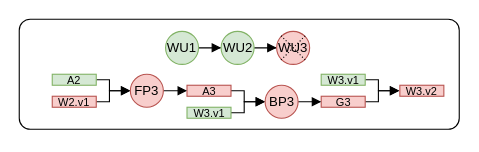
This is fig/recovery2.drawio from icszhr/NCheck, a draw.io file, before an edit. Source tidied: cells renumbered, new cells numbered last; positions are measured from the earlier drawing's top-left corner, leaving out a move shared by most shapes. Both pictures are drawn from the tidied source at 110%, with x=0, y=0 at pixel (19, 19).
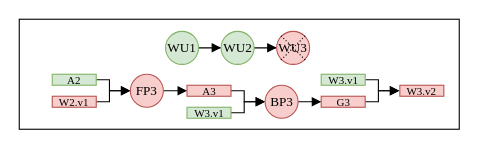
The same page after the edit.

Diff of the diagram source:
```diff
@@
-    <mxCell id="2" style="rounded=1;whiteSpace=wrap;html=1;fillColor=none;arcSize=10;strokeWidth=1;" parent="1" vertex="1">
+    <mxCell id="2" style="rounded=0;whiteSpace=wrap;html=1;fillColor=none;arcSize=10;strokeWidth=1;fontFamily=Times New Roman;" parent="1" vertex="1">
       <mxGeometry width="400" height="100" as="geometry" />
     </mxCell>
-    <mxCell id="3" style="edgeStyle=orthogonalEdgeStyle;rounded=0;jettySize=auto;html=1;entryX=0;entryY=0.5;entryDx=0;entryDy=0;endArrow=block;endFill=1;" parent="1" edge="1" source="4" target="6">
+    <mxCell id="3" style="edgeStyle=orthogonalEdgeStyle;rounded=0;jettySize=auto;html=1;entryX=0;entryY=0.5;entryDx=0;entryDy=0;endArrow=block;endFill=1;fontFamily=Times New Roman;" parent="1" edge="1" source="4" target="6">
       <mxGeometry relative="1" as="geometry" />
     </mxCell>
-    <mxCell id="4" value="WU1" style="ellipse;whiteSpace=wrap;html=1;fillColor=#d5e8d4;strokeColor=#82b366;" parent="1" vertex="1">
+    <mxCell id="4" value="WU1" style="ellipse;whiteSpace=wrap;html=1;fillColor=#d5e8d4;strokeColor=#82b366;fontFamily=Times New Roman;" parent="1" vertex="1">
       <mxGeometry x="133" y="11" width="30" height="30" as="geometry" />
     </mxCell>
-    <mxCell id="5" style="edgeStyle=orthogonalEdgeStyle;rounded=0;jettySize=auto;html=1;entryX=0;entryY=0.5;entryDx=0;entryDy=0;endArrow=block;endFill=1;" parent="1" edge="1" source="6" target="7">
+    <mxCell id="5" style="edgeStyle=orthogonalEdgeStyle;rounded=0;jettySize=auto;html=1;entryX=0;entryY=0.5;entryDx=0;entryDy=0;endArrow=block;endFill=1;fontFamily=Times New Roman;" parent="1" edge="1" source="6" target="7">
       <mxGeometry relative="1" as="geometry" />
     </mxCell>
-    <mxCell id="6" value="WU2" style="ellipse;whiteSpace=wrap;html=1;fillColor=#d5e8d4;strokeColor=#82b366;" parent="1" vertex="1">
+    <mxCell id="6" value="WU2" style="ellipse;whiteSpace=wrap;html=1;fillColor=#d5e8d4;strokeColor=#82b366;fontFamily=Times New Roman;" parent="1" vertex="1">
       <mxGeometry x="183.5" y="11" width="30" height="30" as="geometry" />
     </mxCell>
-    <mxCell id="7" value="WU3" style="ellipse;whiteSpace=wrap;html=1;fillColor=#f8cecc;strokeColor=#b85450;" parent="1" vertex="1">
+    <mxCell id="7" value="WU3" style="ellipse;whiteSpace=wrap;html=1;fillColor=#f8cecc;strokeColor=#b85450;fontFamily=Times New Roman;" parent="1" vertex="1">
       <mxGeometry x="234" y="11" width="30" height="30" as="geometry" />
     </mxCell>
-    <mxCell id="8" style="rounded=0;orthogonalLoop=1;jettySize=auto;html=1;exitX=0;exitY=0;exitDx=0;exitDy=0;entryX=0.86;entryY=0.868;entryDx=0;entryDy=0;strokeWidth=1;dashed=1;endArrow=none;endFill=0;dashPattern=1 2;entryPerimeter=0;" parent="1" edge="1">
+    <mxCell id="8" style="rounded=0;orthogonalLoop=1;jettySize=auto;html=1;exitX=0;exitY=0;exitDx=0;exitDy=0;entryX=0.86;entryY=0.868;entryDx=0;entryDy=0;strokeWidth=1;dashed=1;endArrow=none;endFill=0;dashPattern=1 2;entryPerimeter=0;fontFamily=Times New Roman;" parent="1" edge="1">
       <mxGeometry relative="1" as="geometry">
         <mxPoint x="238" y="15" as="sourcePoint" />
         <mxPoint x="260" y="37" as="targetPoint" />
       </mxGeometry>
     </mxCell>
-    <mxCell id="9" style="rounded=0;orthogonalLoop=1;jettySize=auto;html=1;exitX=0;exitY=1;exitDx=0;exitDy=0;entryX=0.859;entryY=0.132;entryDx=0;entryDy=0;dashed=1;endArrow=none;endFill=0;dashPattern=1 2;entryPerimeter=0;" parent="1" edge="1">
+    <mxCell id="9" style="rounded=0;orthogonalLoop=1;jettySize=auto;html=1;exitX=0;exitY=1;exitDx=0;exitDy=0;entryX=0.859;entryY=0.132;entryDx=0;entryDy=0;dashed=1;endArrow=none;endFill=0;dashPattern=1 2;entryPerimeter=0;fontFamily=Times New Roman;" parent="1" edge="1">
       <mxGeometry relative="1" as="geometry">
         <mxPoint x="238" y="37" as="sourcePoint" />
         <mxPoint x="260" y="15" as="targetPoint" />
       </mxGeometry>
     </mxCell>
-    <mxCell id="10" style="edgeStyle=orthogonalEdgeStyle;rounded=0;jettySize=auto;html=1;entryX=0;entryY=0.5;entryDx=0;entryDy=0;endArrow=block;endFill=1;" parent="1" edge="1" source="11">
+    <mxCell id="10" style="edgeStyle=orthogonalEdgeStyle;rounded=0;jettySize=auto;html=1;entryX=0;entryY=0.5;entryDx=0;entryDy=0;endArrow=block;endFill=1;fontFamily=Times New Roman;" parent="1" edge="1" source="11">
       <mxGeometry relative="1" as="geometry">
         <mxPoint x="345.5" y="65" as="targetPoint" />
         <Array as="points">
           <mxPoint x="326.5" y="55" />
           <mxPoint x="326.5" y="65" />
         </Array>
       </mxGeometry>
     </mxCell>
-    <mxCell id="11" value="&lt;p style=&quot;line-height: 100%;&quot;&gt;&lt;font style=&quot;font-size: 10px;&quot;&gt;W3.v1&lt;/font&gt;&lt;/p&gt;" style="rounded=0;whiteSpace=wrap;html=1;fillColor=#d5e8d4;strokeColor=#82b366;" parent="1" vertex="1">
+    <mxCell id="11" value="&lt;p style=&quot;line-height: 100%;&quot;&gt;&lt;font style=&quot;font-size: 10px;&quot;&gt;W3.v1&lt;/font&gt;&lt;/p&gt;" style="rounded=0;whiteSpace=wrap;html=1;fillColor=#d5e8d4;strokeColor=#82b366;fontFamily=Times New Roman;" parent="1" vertex="1">
       <mxGeometry x="274.5" y="50" width="40" height="10" as="geometry" />
     </mxCell>
-    <mxCell id="12" style="edgeStyle=orthogonalEdgeStyle;rounded=0;jettySize=auto;html=1;entryX=0;entryY=0.5;entryDx=0;entryDy=0;endArrow=block;endFill=1;" parent="1" edge="1" source="13">
+    <mxCell id="12" style="edgeStyle=orthogonalEdgeStyle;rounded=0;jettySize=auto;html=1;entryX=0;entryY=0.5;entryDx=0;entryDy=0;endArrow=block;endFill=1;fontFamily=Times New Roman;" parent="1" edge="1" source="13">
       <mxGeometry relative="1" as="geometry">
         <mxPoint x="345.5" y="65" as="targetPoint" />
         <Array as="points">
           <mxPoint x="326.5" y="75" />
           <mxPoint x="326.5" y="65" />
         </Array>
       </mxGeometry>
     </mxCell>
-    <mxCell id="13" value="&lt;p style=&quot;line-height: 100%;&quot;&gt;&lt;font style=&quot;font-size: 10px;&quot;&gt;G3&lt;/font&gt;&lt;/p&gt;" style="rounded=0;whiteSpace=wrap;html=1;fillColor=#f8cecc;strokeColor=#b85450;" parent="1" vertex="1">
+    <mxCell id="13" value="&lt;p style=&quot;line-height: 100%;&quot;&gt;&lt;font style=&quot;font-size: 10px;&quot;&gt;G3&lt;/font&gt;&lt;/p&gt;" style="rounded=0;whiteSpace=wrap;html=1;fillColor=#f8cecc;strokeColor=#b85450;fontFamily=Times New Roman;" parent="1" vertex="1">
       <mxGeometry x="274.5" y="70" width="40" height="10" as="geometry" />
     </mxCell>
-    <mxCell id="14" style="edgeStyle=orthogonalEdgeStyle;rounded=0;jettySize=auto;html=1;entryX=0;entryY=0.5;entryDx=0;entryDy=0;endArrow=block;endFill=1;" parent="1" edge="1" source="15">
+    <mxCell id="14" style="edgeStyle=orthogonalEdgeStyle;rounded=0;jettySize=auto;html=1;entryX=0;entryY=0.5;entryDx=0;entryDy=0;endArrow=block;endFill=1;fontFamily=Times New Roman;" parent="1" edge="1" source="15">
       <mxGeometry relative="1" as="geometry">
         <mxPoint x="223.5" y="75" as="targetPoint" />
         <Array as="points">
           <mxPoint x="204.5" y="65" />
           <mxPoint x="204.5" y="75" />
         </Array>
       </mxGeometry>
     </mxCell>
-    <mxCell id="15" value="&lt;p style=&quot;line-height: 100%;&quot;&gt;&lt;font style=&quot;font-size: 10px;&quot;&gt;A3&lt;/font&gt;&lt;/p&gt;" style="rounded=0;whiteSpace=wrap;html=1;fillColor=#f8cecc;strokeColor=#b85450;" parent="1" vertex="1">
+    <mxCell id="15" value="&lt;p style=&quot;line-height: 100%;&quot;&gt;&lt;font style=&quot;font-size: 10px;&quot;&gt;A3&lt;/font&gt;&lt;/p&gt;" style="rounded=0;whiteSpace=wrap;html=1;fillColor=#f8cecc;strokeColor=#b85450;fontFamily=Times New Roman;" parent="1" vertex="1">
       <mxGeometry x="152.5" y="60" width="40" height="10" as="geometry" />
     </mxCell>
-    <mxCell id="16" style="edgeStyle=orthogonalEdgeStyle;rounded=0;jettySize=auto;html=1;entryX=0;entryY=0.5;entryDx=0;entryDy=0;endArrow=block;endFill=1;" parent="1" edge="1" source="17">
+    <mxCell id="16" style="edgeStyle=orthogonalEdgeStyle;rounded=0;jettySize=auto;html=1;entryX=0;entryY=0.5;entryDx=0;entryDy=0;endArrow=block;endFill=1;fontFamily=Times New Roman;" parent="1" edge="1" source="17">
       <mxGeometry relative="1" as="geometry">
         <mxPoint x="223.5" y="75" as="targetPoint" />
         <Array as="points">
           <mxPoint x="204.5" y="85" />
           <mxPoint x="204.5" y="75" />
         </Array>
       </mxGeometry>
     </mxCell>
-    <mxCell id="17" value="&lt;p style=&quot;line-height: 100%;&quot;&gt;&lt;font style=&quot;font-size: 10px;&quot;&gt;W3.v1&lt;/font&gt;&lt;/p&gt;" style="rounded=0;whiteSpace=wrap;html=1;fillColor=#d5e8d4;strokeColor=#82b366;" parent="1" vertex="1">
+    <mxCell id="17" value="&lt;p style=&quot;line-height: 100%;&quot;&gt;&lt;font style=&quot;font-size: 10px;&quot;&gt;W3.v1&lt;/font&gt;&lt;/p&gt;" style="rounded=0;whiteSpace=wrap;html=1;fillColor=#d5e8d4;strokeColor=#82b366;fontFamily=Times New Roman;" parent="1" vertex="1">
       <mxGeometry x="152.5" y="80" width="40" height="10" as="geometry" />
     </mxCell>
-    <mxCell id="18" style="edgeStyle=orthogonalEdgeStyle;rounded=0;jettySize=auto;html=1;entryX=0;entryY=0.5;entryDx=0;entryDy=0;endArrow=block;endFill=1;" parent="1" edge="1" source="19" target="13">
+    <mxCell id="18" style="edgeStyle=orthogonalEdgeStyle;rounded=0;jettySize=auto;html=1;entryX=0;entryY=0.5;entryDx=0;entryDy=0;endArrow=block;endFill=1;fontFamily=Times New Roman;" parent="1" edge="1" source="19" target="13">
       <mxGeometry relative="1" as="geometry" />
     </mxCell>
-    <mxCell id="19" value="BP3" style="ellipse;whiteSpace=wrap;html=1;fillColor=#f8cecc;strokeColor=#b85450;" parent="1" vertex="1">
+    <mxCell id="19" value="BP3" style="ellipse;whiteSpace=wrap;html=1;fillColor=#f8cecc;strokeColor=#b85450;fontFamily=Times New Roman;" parent="1" vertex="1">
       <mxGeometry x="223.5" y="60" width="30" height="30" as="geometry" />
     </mxCell>
-    <mxCell id="20" style="edgeStyle=orthogonalEdgeStyle;rounded=0;jettySize=auto;html=1;entryX=0;entryY=0.5;entryDx=0;entryDy=0;endArrow=block;endFill=1;" parent="1" edge="1" source="21">
+    <mxCell id="20" style="edgeStyle=orthogonalEdgeStyle;rounded=0;jettySize=auto;html=1;entryX=0;entryY=0.5;entryDx=0;entryDy=0;endArrow=block;endFill=1;fontFamily=Times New Roman;" parent="1" edge="1" source="21">
       <mxGeometry relative="1" as="geometry">
         <mxPoint x="101" y="65" as="targetPoint" />
         <Array as="points">
           <mxPoint x="82" y="55" />
           <mxPoint x="82" y="65" />
         </Array>
       </mxGeometry>
     </mxCell>
-    <mxCell id="21" value="&lt;p style=&quot;line-height: 100%;&quot;&gt;&lt;font style=&quot;font-size: 10px;&quot;&gt;A2&lt;/font&gt;&lt;/p&gt;" style="rounded=0;whiteSpace=wrap;html=1;fillColor=#d5e8d4;strokeColor=#82b366;" parent="1" vertex="1">
+    <mxCell id="21" value="&lt;p style=&quot;line-height: 100%;&quot;&gt;&lt;font style=&quot;font-size: 10px;&quot;&gt;A2&lt;/font&gt;&lt;/p&gt;" style="rounded=0;whiteSpace=wrap;html=1;fillColor=#d5e8d4;strokeColor=#82b366;fontFamily=Times New Roman;" parent="1" vertex="1">
       <mxGeometry x="30" y="50" width="40" height="10" as="geometry" />
     </mxCell>
-    <mxCell id="22" style="edgeStyle=orthogonalEdgeStyle;rounded=0;jettySize=auto;html=1;entryX=0;entryY=0.5;entryDx=0;entryDy=0;endArrow=block;endFill=1;" parent="1" edge="1" source="23">
+    <mxCell id="22" style="edgeStyle=orthogonalEdgeStyle;rounded=0;jettySize=auto;html=1;entryX=0;entryY=0.5;entryDx=0;entryDy=0;endArrow=block;endFill=1;fontFamily=Times New Roman;" parent="1" edge="1" source="23">
       <mxGeometry relative="1" as="geometry">
         <mxPoint x="101" y="65" as="targetPoint" />
         <Array as="points">
           <mxPoint x="82" y="75" />
           <mxPoint x="82" y="65" />
         </Array>
       </mxGeometry>
     </mxCell>
-    <mxCell id="23" value="&lt;p style=&quot;line-height: 100%;&quot;&gt;&lt;font style=&quot;font-size: 10px;&quot;&gt;W2.v1&lt;/font&gt;&lt;/p&gt;" style="rounded=0;whiteSpace=wrap;html=1;fillColor=#f8cecc;strokeColor=#b85450;" parent="1" vertex="1">
+    <mxCell id="23" value="&lt;p style=&quot;line-height: 100%;&quot;&gt;&lt;font style=&quot;font-size: 10px;&quot;&gt;W2.v1&lt;/font&gt;&lt;/p&gt;" style="rounded=0;whiteSpace=wrap;html=1;fillColor=#f8cecc;strokeColor=#b85450;fontFamily=Times New Roman;" parent="1" vertex="1">
       <mxGeometry x="30" y="70" width="40" height="10" as="geometry" />
     </mxCell>
-    <mxCell id="24" style="edgeStyle=orthogonalEdgeStyle;rounded=0;jettySize=auto;html=1;entryX=0;entryY=0.5;entryDx=0;entryDy=0;endArrow=block;endFill=1;" parent="1" edge="1" source="25">
+    <mxCell id="24" style="edgeStyle=orthogonalEdgeStyle;rounded=0;jettySize=auto;html=1;entryX=0;entryY=0.5;entryDx=0;entryDy=0;endArrow=block;endFill=1;fontFamily=Times New Roman;" parent="1" edge="1" source="25">
       <mxGeometry relative="1" as="geometry">
         <mxPoint x="152.5" y="65" as="targetPoint" />
       </mxGeometry>
     </mxCell>
-    <mxCell id="25" value="FP3" style="ellipse;whiteSpace=wrap;html=1;fillColor=#f8cecc;strokeColor=#b85450;" parent="1" vertex="1">
+    <mxCell id="25" value="FP3" style="ellipse;whiteSpace=wrap;html=1;fillColor=#f8cecc;strokeColor=#b85450;fontFamily=Times New Roman;" parent="1" vertex="1">
       <mxGeometry x="101" y="50" width="30" height="30" as="geometry" />
     </mxCell>
-    <mxCell id="26" value="&lt;p style=&quot;line-height: 100%;&quot;&gt;&lt;span style=&quot;font-size: 10px;&quot;&gt;W3.v2&lt;/span&gt;&lt;/p&gt;" style="rounded=0;whiteSpace=wrap;html=1;fillColor=#f8cecc;strokeColor=#b85450;" parent="1" vertex="1">
+    <mxCell id="26" value="&lt;p style=&quot;line-height: 100%;&quot;&gt;&lt;span style=&quot;font-size: 10px;&quot;&gt;W3.v2&lt;/span&gt;&lt;/p&gt;" style="rounded=0;whiteSpace=wrap;html=1;fillColor=#f8cecc;strokeColor=#b85450;fontFamily=Times New Roman;" parent="1" vertex="1">
       <mxGeometry x="346" y="60" width="40" height="10" as="geometry" />
     </mxCell>
```
